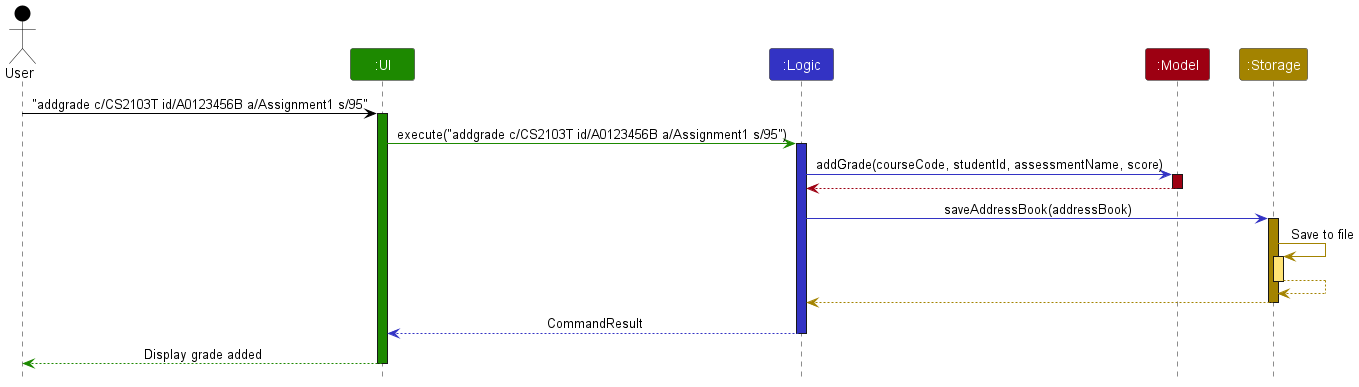
NYHBenedict/tp keeps this PlantUML diagram as docs/images/ArchitectureSequenceDiagram.png. Above is the earlier version.
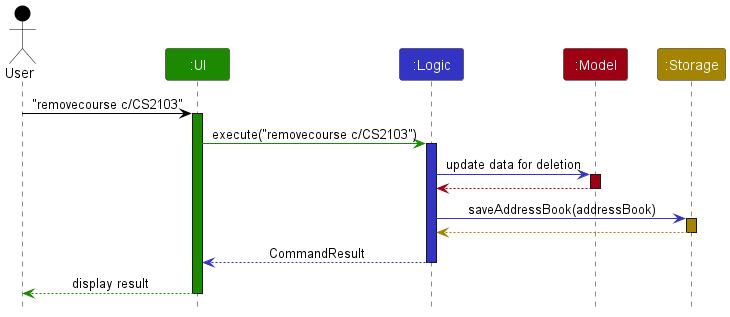
The same file after the commit.

The edit, as a diff of the source:
```diff
@@ -2,38 +2,31 @@
 !include style.puml
 skinparam ArrowFontStyle plain
 
-Actor User as user USER_COLOR
-Participant ":UI" as ui UI_COLOR
-Participant ":Logic" as logic LOGIC_COLOR
-Participant ":Model" as model MODEL_COLOR
-Participant ":Storage" as storage STORAGE_COLOR
+actor User as user USER_COLOR
+participant ":UI" as ui UI_COLOR
+participant ":Logic" as logic LOGIC_COLOR
+participant ":Model" as model MODEL_COLOR
+participant ":Storage" as storage STORAGE_COLOR
 
-user -[USER_COLOR]> ui : "addgrade c/CS2103T id/A0123456B a/Assignment1 s/95"
+user -[USER_COLOR]> ui : "removecourse c/CS2103"
 activate ui UI_COLOR
 
-ui -[UI_COLOR]> logic : execute("addgrade c/CS2103T id/A0123456B a/Assignment1 s/95")
+ui -[UI_COLOR]> logic : execute("removecourse c/CS2103")
 activate logic LOGIC_COLOR
 
-logic -[LOGIC_COLOR]> model : addGrade(courseCode, studentId, assessmentName, score)
+logic -[LOGIC_COLOR]> model : update data for deletion
 activate model MODEL_COLOR
-
-model -[MODEL_COLOR]-> logic
+model --[MODEL_COLOR]> logic
 deactivate model
 
 logic -[LOGIC_COLOR]> storage : saveAddressBook(addressBook)
 activate storage STORAGE_COLOR
-
-storage -[STORAGE_COLOR]> storage : Save to file
-activate storage STORAGE_COLOR_T1
-storage --[STORAGE_COLOR]> storage
-deactivate storage
-
 storage --[STORAGE_COLOR]> logic
 deactivate storage
 
 logic --[LOGIC_COLOR]> ui : CommandResult
 deactivate logic
 
-ui--[UI_COLOR]> user : Display grade added
+ui --[UI_COLOR]> user : display result
 deactivate ui
 @enduml
```
